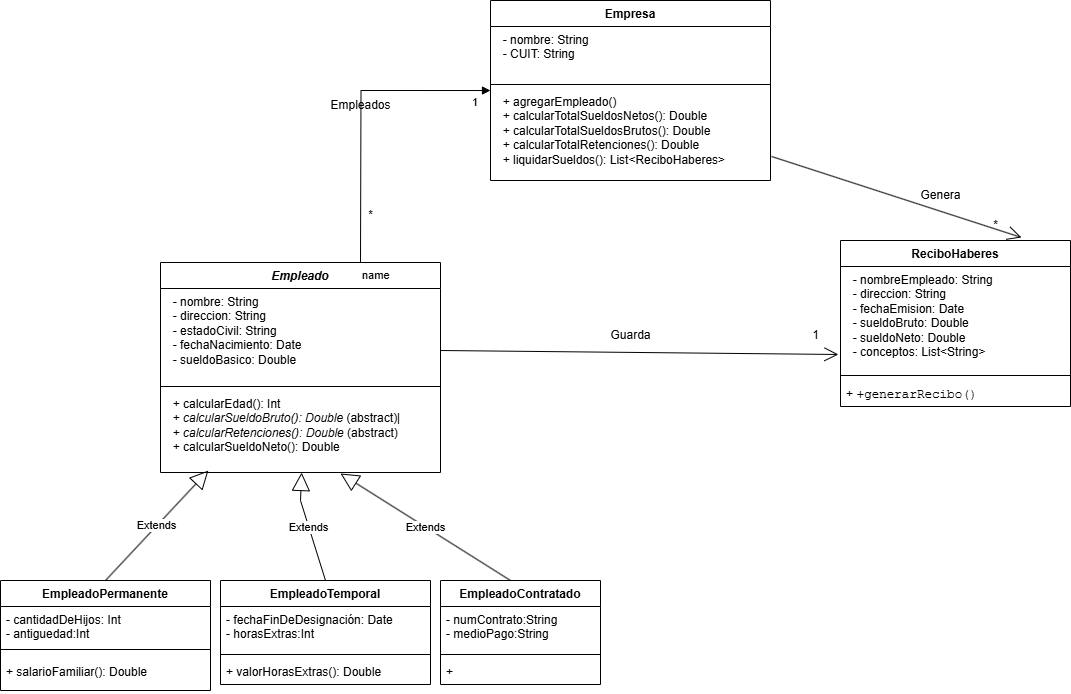
Earlier version of the draw.io export diagrama UML TP2.drawio.png (HernanBrito/TP-2-UML-WOLLOK). Source tidied: cells renumbered, new cells last; positions are measured from the earlier drawing's top-left corner, leaving out a move shared by most shapes. The source it was exported from:
```xml
<mxGraphModel>
  <root>
    <mxCell id="0" />
    <mxCell id="1" parent="0" />
    <mxCell id="2" value="&lt;i&gt;Empleado&lt;/i&gt;" style="swimlane;fontStyle=1;align=center;verticalAlign=top;horizontal=1;startSize=26;whiteSpace=wrap;html=1;" parent="1" vertex="1">
      <mxGeometry x="160" y="262" width="280" height="210" as="geometry" />
    </mxCell>
    <mxCell id="3" value="name" style="endArrow=block;endFill=1;html=1;edgeStyle=orthogonalEdgeStyle;align=left;verticalAlign=top;rounded=0;entryX=0;entryY=0.022;entryDx=0;entryDy=0;entryPerimeter=0;" parent="2" edge="1" target="31">
      <mxGeometry x="-1" relative="1" as="geometry">
        <mxPoint x="200" as="sourcePoint" />
      </mxGeometry>
    </mxCell>
    <mxCell id="4" value="1" style="edgeLabel;html=1;align=left;verticalAlign=bottom;" parent="3" vertex="1">
      <mxGeometry x="-1" relative="1" as="geometry">
        <mxPoint x="110" y="-152" as="offset" />
      </mxGeometry>
    </mxCell>
    <mxCell id="5" value="&lt;div&gt;&amp;nbsp; - nombre: String&amp;nbsp; &amp;nbsp; &amp;nbsp; &amp;nbsp;&lt;/div&gt;&lt;div&gt;&amp;nbsp; - direccion: String&amp;nbsp; &amp;nbsp;&amp;nbsp;&lt;/div&gt;&lt;div&gt;&amp;nbsp; - estadoCivil: String&amp;nbsp;&amp;nbsp;&lt;/div&gt;&lt;div&gt;&amp;nbsp; - fechaNacimiento: Date&lt;/div&gt;&lt;div&gt;&amp;nbsp; - sueldoBasico: Double&amp;nbsp;&lt;/div&gt;" style="text;strokeColor=none;fillColor=none;align=left;verticalAlign=top;spacingLeft=4;spacingRight=4;overflow=hidden;whiteSpace=wrap;html=1;" parent="2" vertex="1">
      <mxGeometry y="26" width="280" height="94" as="geometry" />
    </mxCell>
    <mxCell id="6" style="line;strokeWidth=1;fillColor=none;align=left;verticalAlign=middle;spacingTop=-1;spacingLeft=3;spacingRight=3;labelPosition=right;strokeColor=inherit;" parent="2" vertex="1">
      <mxGeometry y="120" width="280" height="8" as="geometry" />
    </mxCell>
    <mxCell id="7" value="&lt;div&gt;&amp;nbsp; + calcularEdad(): Int&amp;nbsp; &amp;nbsp;&lt;/div&gt;&lt;div&gt;&amp;nbsp; + &lt;i&gt;calcularSueldoBruto(): Double&lt;/i&gt; (abstract)|&lt;/div&gt;&lt;div&gt;&amp;nbsp; + &lt;i&gt;calcularRetenciones(): Double&lt;/i&gt; (abstract)&lt;/div&gt;&lt;div&gt;&amp;nbsp; + calcularSueldoNeto(): Double&amp;nbsp;&amp;nbsp;&lt;/div&gt;" style="text;strokeColor=none;fillColor=none;align=left;verticalAlign=top;spacingLeft=4;spacingRight=4;overflow=hidden;points=[[0,0.5],[1,0.5]];portConstraint=eastwest;whiteSpace=wrap;html=1;" parent="2" vertex="1">
      <mxGeometry y="128" width="280" height="82" as="geometry" />
    </mxCell>
    <mxCell id="8" value="EmpleadoPermanente" style="swimlane;fontStyle=1;align=center;verticalAlign=top;horizontal=1;startSize=26;whiteSpace=wrap;html=1;" parent="1" vertex="1">
      <mxGeometry y="580" width="210" height="110" as="geometry" />
    </mxCell>
    <mxCell id="9" value="- cantidadDeHijos: Int&lt;br&gt;- antiguedad:Int" style="text;strokeColor=none;fillColor=none;align=left;verticalAlign=top;spacingLeft=4;spacingRight=4;overflow=hidden;whiteSpace=wrap;html=1;" parent="8" vertex="1">
      <mxGeometry y="26" width="210" height="34" as="geometry" />
    </mxCell>
    <mxCell id="10" style="line;strokeWidth=1;fillColor=none;align=left;verticalAlign=middle;spacingTop=-1;spacingLeft=3;spacingRight=3;labelPosition=right;strokeColor=inherit;" parent="8" vertex="1">
      <mxGeometry y="60" width="210" height="18" as="geometry" />
    </mxCell>
    <mxCell id="11" value="+ salarioFamiliar(): Double" style="text;strokeColor=none;fillColor=none;align=left;verticalAlign=top;spacingLeft=4;spacingRight=4;overflow=hidden;whiteSpace=wrap;html=1;" parent="8" vertex="1">
      <mxGeometry y="78" width="210" height="32" as="geometry" />
    </mxCell>
    <mxCell id="12" value="EmpleadoTemporal" style="swimlane;fontStyle=1;align=center;verticalAlign=top;horizontal=1;startSize=26;whiteSpace=wrap;html=1;" parent="1" vertex="1">
      <mxGeometry x="220" y="580" width="210" height="104" as="geometry" />
    </mxCell>
    <mxCell id="13" value="- fechaFinDeDesignación: Date&lt;br&gt;- horasExtras:Int&amp;nbsp;" style="text;strokeColor=none;fillColor=none;align=left;verticalAlign=top;spacingLeft=4;spacingRight=4;overflow=hidden;whiteSpace=wrap;html=1;" parent="12" vertex="1">
      <mxGeometry y="26" width="210" height="44" as="geometry" />
    </mxCell>
    <mxCell id="14" style="line;strokeWidth=1;fillColor=none;align=left;verticalAlign=middle;spacingTop=-1;spacingLeft=3;spacingRight=3;labelPosition=right;strokeColor=inherit;" parent="12" vertex="1">
      <mxGeometry y="70" width="210" height="8" as="geometry" />
    </mxCell>
    <mxCell id="15" value="+ valorHorasExtras(): Double" style="text;strokeColor=none;fillColor=none;align=left;verticalAlign=top;spacingLeft=4;spacingRight=4;overflow=hidden;whiteSpace=wrap;html=1;" parent="12" vertex="1">
      <mxGeometry y="78" width="210" height="26" as="geometry" />
    </mxCell>
    <mxCell id="16" value="ReciboHaberes" style="swimlane;fontStyle=1;align=center;verticalAlign=top;horizontal=1;startSize=26;whiteSpace=wrap;html=1;" parent="1" vertex="1">
      <mxGeometry x="840" y="240" width="230" height="166" as="geometry" />
    </mxCell>
    <mxCell id="17" value="&lt;div&gt;&amp;nbsp; - nombreEmpleado: String&lt;/div&gt;&lt;div&gt;&amp;nbsp; - direccion: String&amp;nbsp; &amp;nbsp; &amp;nbsp;&lt;/div&gt;&lt;div&gt;&amp;nbsp; - fechaEmision: Date&amp;nbsp; &amp;nbsp;&amp;nbsp;&lt;/div&gt;&lt;div&gt;&amp;nbsp; - sueldoBruto: Double&amp;nbsp; &amp;nbsp;&lt;/div&gt;&lt;div&gt;&amp;nbsp; - sueldoNeto: Double&amp;nbsp; &amp;nbsp;&amp;nbsp;&lt;/div&gt;&lt;div&gt;&amp;nbsp; - conceptos: List&amp;lt;String&amp;gt;&amp;nbsp;&lt;/div&gt;" style="text;strokeColor=none;fillColor=none;align=left;verticalAlign=top;spacingLeft=4;spacingRight=4;overflow=hidden;points=[[0,0.5],[1,0.5]];portConstraint=eastwest;whiteSpace=wrap;html=1;" parent="16" vertex="1">
      <mxGeometry y="26" width="230" height="104" as="geometry" />
    </mxCell>
    <mxCell id="18" style="line;strokeWidth=1;fillColor=none;align=left;verticalAlign=middle;spacingTop=-1;spacingLeft=3;spacingRight=3;labelPosition=right;strokeColor=inherit;" parent="16" vertex="1">
      <mxGeometry y="130" width="230" height="10" as="geometry" />
    </mxCell>
    <mxCell id="19" value="+&amp;nbsp;&lt;span style=&quot;font-family: Menlo, &amp;quot;Roboto Mono&amp;quot;, &amp;quot;Courier New&amp;quot;, Courier, monospace, Inter, sans-serif; font-size: 12.573px; background-color: transparent; color: light-dark(rgb(0, 0, 0), rgb(255, 255, 255));&quot;&gt;+generarRecibo&lt;/span&gt;&lt;span style=&quot;font-family: Menlo, &amp;quot;Roboto Mono&amp;quot;, &amp;quot;Courier New&amp;quot;, Courier, monospace, Inter, sans-serif; font-size: 12.573px; background-color: transparent;&quot;&gt;&lt;font color=&quot;#20262d&quot;&gt;()&lt;/font&gt;&lt;/span&gt;" style="text;strokeColor=none;fillColor=none;align=left;verticalAlign=top;spacingLeft=4;spacingRight=4;overflow=hidden;whiteSpace=wrap;html=1;" parent="16" vertex="1">
      <mxGeometry y="140" width="230" height="26" as="geometry" />
    </mxCell>
    <mxCell id="20" style="line;strokeWidth=1;fillColor=none;align=left;verticalAlign=middle;spacingTop=-1;spacingLeft=3;spacingRight=3;labelPosition=right;strokeColor=inherit;" parent="16" vertex="1">
      <mxGeometry y="166" width="230" as="geometry" />
    </mxCell>
    <mxCell id="21" value="EmpleadoContratado" style="swimlane;fontStyle=1;align=center;verticalAlign=top;horizontal=1;startSize=26;whiteSpace=wrap;html=1;" parent="1" vertex="1">
      <mxGeometry x="440" y="580" width="160" height="104" as="geometry" />
    </mxCell>
    <mxCell id="22" value="- numContrato:String&lt;br&gt;- medioPago:String" style="text;strokeColor=none;fillColor=none;align=left;verticalAlign=top;spacingLeft=4;spacingRight=4;overflow=hidden;whiteSpace=wrap;html=1;" parent="21" vertex="1">
      <mxGeometry y="26" width="160" height="44" as="geometry" />
    </mxCell>
    <mxCell id="23" style="line;strokeWidth=1;fillColor=none;align=left;verticalAlign=middle;spacingTop=-1;spacingLeft=3;spacingRight=3;labelPosition=right;strokeColor=inherit;" parent="21" vertex="1">
      <mxGeometry y="70" width="160" height="8" as="geometry" />
    </mxCell>
    <mxCell id="24" value="+" style="text;strokeColor=none;fillColor=none;align=left;verticalAlign=top;spacingLeft=4;spacingRight=4;overflow=hidden;whiteSpace=wrap;html=1;" parent="21" vertex="1">
      <mxGeometry y="78" width="160" height="26" as="geometry" />
    </mxCell>
    <mxCell id="25" value="Extends" style="endArrow=block;endSize=16;endFill=0;html=1;rounded=0;entryX=0.504;entryY=1;entryDx=0;entryDy=0;entryPerimeter=0;exitX=0.5;exitY=0;exitDx=0;exitDy=0;" parent="1" edge="1" source="12" target="7">
      <mxGeometry relative="1" as="geometry">
        <Array as="points">
          <mxPoint x="300" y="500" />
        </Array>
      </mxGeometry>
    </mxCell>
    <mxCell id="26" value="Extends" style="endArrow=block;endSize=16;endFill=0;html=1;rounded=0;entryX=0.171;entryY=0.976;entryDx=0;entryDy=0;entryPerimeter=0;exitX=0.5;exitY=0;exitDx=0;exitDy=0;" parent="1" edge="1" source="8" target="7">
      <mxGeometry relative="1" as="geometry" />
    </mxCell>
    <mxCell id="27" value="Extends" style="endArrow=block;endSize=16;endFill=0;html=1;rounded=0;entryX=0.643;entryY=1.012;entryDx=0;entryDy=0;entryPerimeter=0;" parent="1" edge="1" target="7">
      <mxGeometry relative="1" as="geometry">
        <mxPoint x="510" y="580" as="sourcePoint" />
      </mxGeometry>
    </mxCell>
    <mxCell id="28" value="Empresa" style="swimlane;fontStyle=1;align=center;verticalAlign=top;horizontal=1;startSize=26;whiteSpace=wrap;html=1;" parent="1" vertex="1">
      <mxGeometry x="490" width="280" height="180" as="geometry" />
    </mxCell>
    <mxCell id="29" value="&lt;div&gt;&amp;nbsp; - nombre: String&amp;nbsp; &amp;nbsp; &amp;nbsp; &amp;nbsp;&lt;/div&gt;&lt;div&gt;&amp;nbsp; - CUIT: String&amp;nbsp; &amp;nbsp; &amp;nbsp; &amp;nbsp; &amp;nbsp;&lt;/div&gt;" style="text;strokeColor=none;fillColor=none;align=left;verticalAlign=top;spacingLeft=4;spacingRight=4;overflow=hidden;whiteSpace=wrap;html=1;" parent="28" vertex="1">
      <mxGeometry y="26" width="280" height="54" as="geometry" />
    </mxCell>
    <mxCell id="30" style="line;strokeWidth=1;fillColor=none;align=left;verticalAlign=middle;spacingTop=-1;spacingLeft=3;spacingRight=3;labelPosition=right;strokeColor=inherit;" parent="28" vertex="1">
      <mxGeometry y="80" width="280" height="8" as="geometry" />
    </mxCell>
    <mxCell id="31" value="&lt;div&gt;&amp;nbsp; + agregarEmpleado()&amp;nbsp; &amp;nbsp;&amp;nbsp;&lt;/div&gt;&lt;div&gt;&amp;nbsp; + calcularTotalSueldosNetos(): Double&amp;nbsp;&lt;/div&gt;&lt;div&gt;&amp;nbsp; + calcularTotalSueldosBrutos(): Double&amp;nbsp;&lt;/div&gt;&lt;div&gt;&amp;nbsp; + calcularTotalRetenciones(): Double&amp;nbsp;&lt;/div&gt;&lt;div&gt;&amp;nbsp; + liquidarSueldos(): List&amp;lt;ReciboHaberes&amp;gt;&lt;/div&gt;" style="text;strokeColor=none;fillColor=none;align=left;verticalAlign=top;spacingLeft=4;spacingRight=4;overflow=hidden;points=[[0,0.5],[1,0.5]];portConstraint=eastwest;whiteSpace=wrap;html=1;" parent="28" vertex="1">
      <mxGeometry y="88" width="280" height="92" as="geometry" />
    </mxCell>
    <mxCell id="32" value="*" style="text;html=1;align=center;verticalAlign=middle;strokeColor=none;fillColor=none;" parent="1" vertex="1">
      <mxGeometry x="355" y="200" width="30" height="30" as="geometry" />
    </mxCell>
    <mxCell id="33" value="Empleados" style="text;html=1;align=center;verticalAlign=middle;strokeColor=none;fillColor=none;" parent="1" vertex="1">
      <mxGeometry x="320" y="90" width="80" height="30" as="geometry" />
    </mxCell>
    <mxCell id="34" value="Genera" style="text;html=1;align=center;verticalAlign=middle;strokeColor=none;fillColor=none;" parent="1" vertex="1">
      <mxGeometry x="910" y="180" width="60" height="30" as="geometry" />
    </mxCell>
    <mxCell id="35" style="endArrow=open;endFill=1;endSize=12;html=1;rounded=0;entryX=0.787;entryY=-0.018;entryDx=0;entryDy=0;exitX=1.004;exitY=0.739;exitDx=0;exitDy=0;exitPerimeter=0;entryPerimeter=0;" parent="1" edge="1" source="31" target="16">
      <mxGeometry relative="1" as="geometry" />
    </mxCell>
    <mxCell id="36" value="*" style="text;html=1;align=center;verticalAlign=middle;strokeColor=none;fillColor=none;" parent="1" vertex="1">
      <mxGeometry x="980" y="210" width="30" height="30" as="geometry" />
    </mxCell>
    <mxCell id="37" style="endArrow=open;endFill=1;endSize=12;html=1;rounded=0;entryX=-0.009;entryY=0.846;entryDx=0;entryDy=0;entryPerimeter=0;" parent="1" edge="1" target="17">
      <mxGeometry relative="1" as="geometry">
        <mxPoint x="440" y="350" as="sourcePoint" />
      </mxGeometry>
    </mxCell>
    <mxCell id="38" value="Guarda" style="text;html=1;align=center;verticalAlign=middle;strokeColor=none;fillColor=none;" parent="1" vertex="1">
      <mxGeometry x="600" y="320" width="60" height="30" as="geometry" />
    </mxCell>
    <mxCell id="39" value="1" style="text;html=1;align=center;verticalAlign=middle;strokeColor=none;fillColor=none;" parent="1" vertex="1">
      <mxGeometry x="800" y="320" width="30" height="30" as="geometry" />
    </mxCell>
  </root>
</mxGraphModel>
```
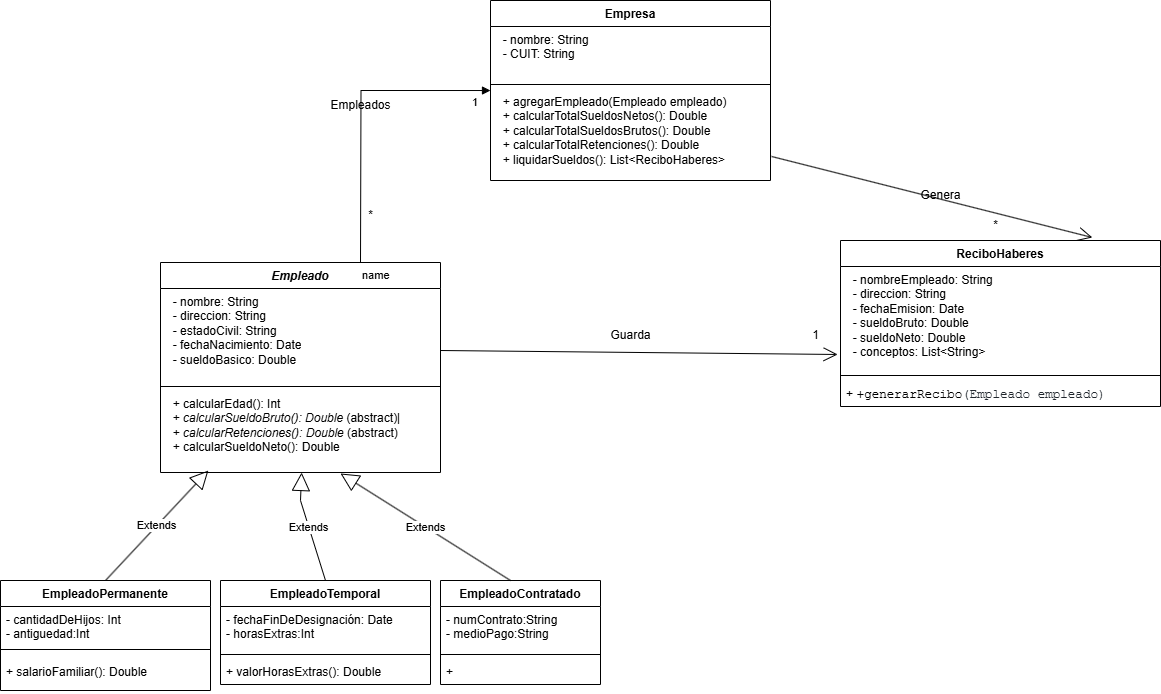
The same file after the commit.

Commit message:
Agrege el parametro Empleado en agregarEmpleado en Empresa y en ReciboHaberes generarRecibo

Change to the diagram source:
```diff
@@ -49,19 +49,19 @@
       <mxGeometry y="78" width="210" height="26" as="geometry" />
     </mxCell>
     <mxCell id="16" value="ReciboHaberes" style="swimlane;fontStyle=1;align=center;verticalAlign=top;horizontal=1;startSize=26;whiteSpace=wrap;html=1;" parent="1" vertex="1">
-      <mxGeometry x="840" y="240" width="230" height="166" as="geometry" />
+      <mxGeometry x="840" y="240" width="320" height="166" as="geometry" />
     </mxCell>
     <mxCell id="17" value="&lt;div&gt;&amp;nbsp; - nombreEmpleado: String&lt;/div&gt;&lt;div&gt;&amp;nbsp; - direccion: String&amp;nbsp; &amp;nbsp; &amp;nbsp;&lt;/div&gt;&lt;div&gt;&amp;nbsp; - fechaEmision: Date&amp;nbsp; &amp;nbsp;&amp;nbsp;&lt;/div&gt;&lt;div&gt;&amp;nbsp; - sueldoBruto: Double&amp;nbsp; &amp;nbsp;&lt;/div&gt;&lt;div&gt;&amp;nbsp; - sueldoNeto: Double&amp;nbsp; &amp;nbsp;&amp;nbsp;&lt;/div&gt;&lt;div&gt;&amp;nbsp; - conceptos: List&amp;lt;String&amp;gt;&amp;nbsp;&lt;/div&gt;" style="text;strokeColor=none;fillColor=none;align=left;verticalAlign=top;spacingLeft=4;spacingRight=4;overflow=hidden;points=[[0,0.5],[1,0.5]];portConstraint=eastwest;whiteSpace=wrap;html=1;" parent="16" vertex="1">
-      <mxGeometry y="26" width="230" height="104" as="geometry" />
+      <mxGeometry y="26" width="320" height="104" as="geometry" />
     </mxCell>
     <mxCell id="18" style="line;strokeWidth=1;fillColor=none;align=left;verticalAlign=middle;spacingTop=-1;spacingLeft=3;spacingRight=3;labelPosition=right;strokeColor=inherit;" parent="16" vertex="1">
-      <mxGeometry y="130" width="230" height="10" as="geometry" />
+      <mxGeometry y="130" width="320" height="10" as="geometry" />
     </mxCell>
-    <mxCell id="19" value="+&amp;nbsp;&lt;span style=&quot;font-family: Menlo, &amp;quot;Roboto Mono&amp;quot;, &amp;quot;Courier New&amp;quot;, Courier, monospace, Inter, sans-serif; font-size: 12.573px; background-color: transparent; color: light-dark(rgb(0, 0, 0), rgb(255, 255, 255));&quot;&gt;+generarRecibo&lt;/span&gt;&lt;span style=&quot;font-family: Menlo, &amp;quot;Roboto Mono&amp;quot;, &amp;quot;Courier New&amp;quot;, Courier, monospace, Inter, sans-serif; font-size: 12.573px; background-color: transparent;&quot;&gt;&lt;font color=&quot;#20262d&quot;&gt;()&lt;/font&gt;&lt;/span&gt;" style="text;strokeColor=none;fillColor=none;align=left;verticalAlign=top;spacingLeft=4;spacingRight=4;overflow=hidden;whiteSpace=wrap;html=1;" parent="16" vertex="1">
-      <mxGeometry y="140" width="230" height="26" as="geometry" />
+    <mxCell id="19" value="+&amp;nbsp;&lt;span style=&quot;font-family: Menlo, &amp;quot;Roboto Mono&amp;quot;, &amp;quot;Courier New&amp;quot;, Courier, monospace, Inter, sans-serif; font-size: 12.573px; background-color: transparent; color: light-dark(rgb(0, 0, 0), rgb(255, 255, 255));&quot;&gt;+generarRecibo&lt;/span&gt;&lt;span style=&quot;font-family: Menlo, &amp;quot;Roboto Mono&amp;quot;, &amp;quot;Courier New&amp;quot;, Courier, monospace, Inter, sans-serif; font-size: 12.573px; background-color: transparent;&quot;&gt;&lt;font color=&quot;#20262d&quot;&gt;(Empleado empleado)&lt;/font&gt;&lt;/span&gt;" style="text;strokeColor=none;fillColor=none;align=left;verticalAlign=top;spacingLeft=4;spacingRight=4;overflow=hidden;whiteSpace=wrap;html=1;" parent="16" vertex="1">
+      <mxGeometry y="140" width="320" height="26" as="geometry" />
     </mxCell>
     <mxCell id="20" style="line;strokeWidth=1;fillColor=none;align=left;verticalAlign=middle;spacingTop=-1;spacingLeft=3;spacingRight=3;labelPosition=right;strokeColor=inherit;" parent="16" vertex="1">
-      <mxGeometry y="166" width="230" as="geometry" />
+      <mxGeometry y="166" width="320" as="geometry" />
     </mxCell>
     <mxCell id="21" value="EmpleadoContratado" style="swimlane;fontStyle=1;align=center;verticalAlign=top;horizontal=1;startSize=26;whiteSpace=wrap;html=1;" parent="1" vertex="1">
       <mxGeometry x="440" y="580" width="160" height="104" as="geometry" />
@@ -99,7 +99,7 @@
     <mxCell id="30" style="line;strokeWidth=1;fillColor=none;align=left;verticalAlign=middle;spacingTop=-1;spacingLeft=3;spacingRight=3;labelPosition=right;strokeColor=inherit;" parent="28" vertex="1">
       <mxGeometry y="80" width="280" height="8" as="geometry" />
     </mxCell>
-    <mxCell id="31" value="&lt;div&gt;&amp;nbsp; + agregarEmpleado()&amp;nbsp; &amp;nbsp;&amp;nbsp;&lt;/div&gt;&lt;div&gt;&amp;nbsp; + calcularTotalSueldosNetos(): Double&amp;nbsp;&lt;/div&gt;&lt;div&gt;&amp;nbsp; + calcularTotalSueldosBrutos(): Double&amp;nbsp;&lt;/div&gt;&lt;div&gt;&amp;nbsp; + calcularTotalRetenciones(): Double&amp;nbsp;&lt;/div&gt;&lt;div&gt;&amp;nbsp; + liquidarSueldos(): List&amp;lt;ReciboHaberes&amp;gt;&lt;/div&gt;" style="text;strokeColor=none;fillColor=none;align=left;verticalAlign=top;spacingLeft=4;spacingRight=4;overflow=hidden;points=[[0,0.5],[1,0.5]];portConstraint=eastwest;whiteSpace=wrap;html=1;" parent="28" vertex="1">
+    <mxCell id="31" value="&lt;div&gt;&amp;nbsp; + agregarEmpleado(Empleado empleado)&amp;nbsp; &amp;nbsp;&amp;nbsp;&lt;/div&gt;&lt;div&gt;&amp;nbsp; + calcularTotalSueldosNetos(): Double&amp;nbsp;&lt;/div&gt;&lt;div&gt;&amp;nbsp; + calcularTotalSueldosBrutos(): Double&amp;nbsp;&lt;/div&gt;&lt;div&gt;&amp;nbsp; + calcularTotalRetenciones(): Double&amp;nbsp;&lt;/div&gt;&lt;div&gt;&amp;nbsp; + liquidarSueldos(): List&amp;lt;ReciboHaberes&amp;gt;&lt;/div&gt;" style="text;strokeColor=none;fillColor=none;align=left;verticalAlign=top;spacingLeft=4;spacingRight=4;overflow=hidden;points=[[0,0.5],[1,0.5]];portConstraint=eastwest;whiteSpace=wrap;html=1;" parent="28" vertex="1">
       <mxGeometry y="88" width="280" height="92" as="geometry" />
     </mxCell>
     <mxCell id="32" value="*" style="text;html=1;align=center;verticalAlign=middle;strokeColor=none;fillColor=none;" parent="1" vertex="1">
```
